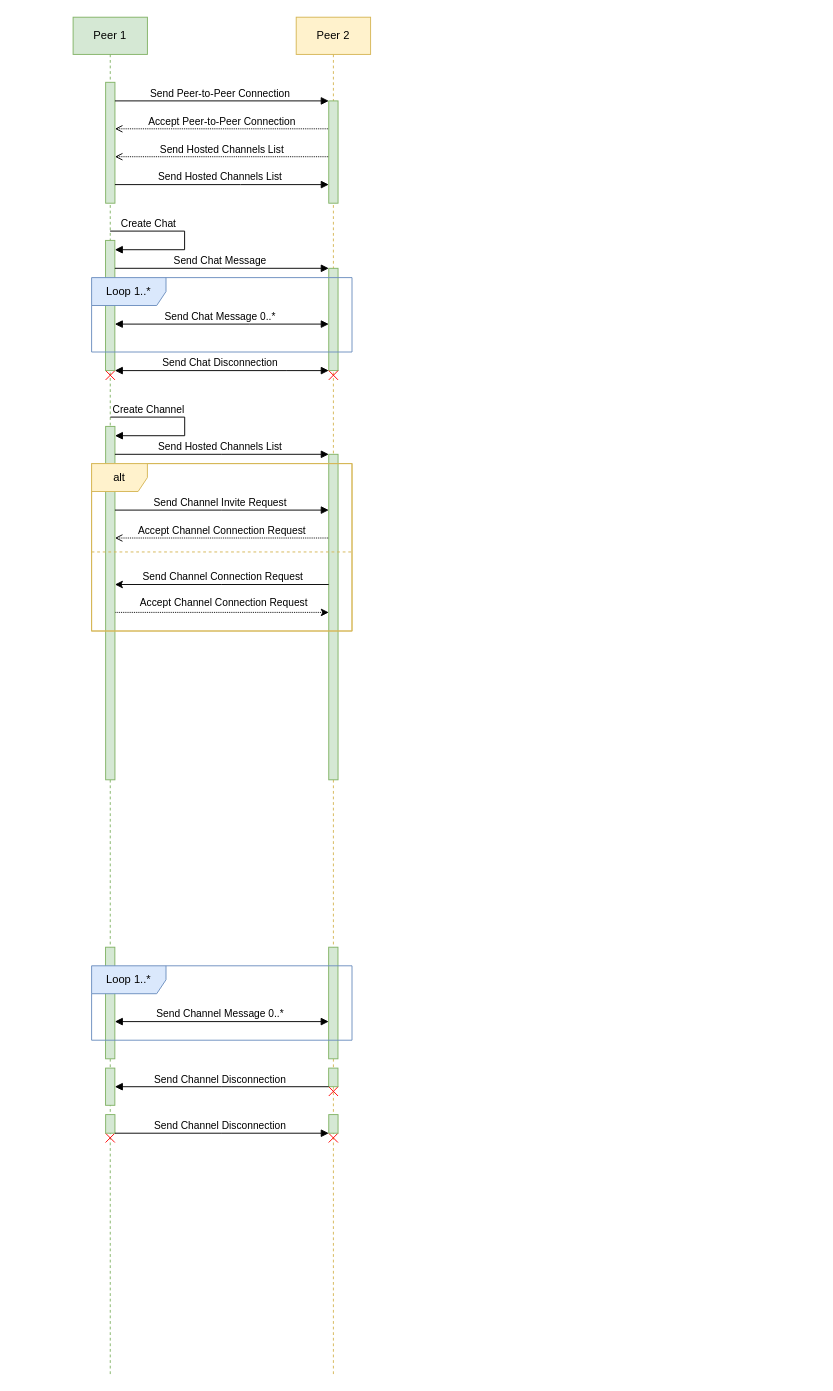
Above: Project3/Network Sequence Diagram - Peer-to-Peer.drawio in PatrickMcDougle/CSE681 (draw.io), before the change. Source tidied: cells renumbered, new cells numbered last; positions are measured from the earlier drawing's top-left corner, leaving out a move shared by most shapes. Both pictures are drawn from the tidied source at 93%, with x=0, y=0 at pixel (73, 17).
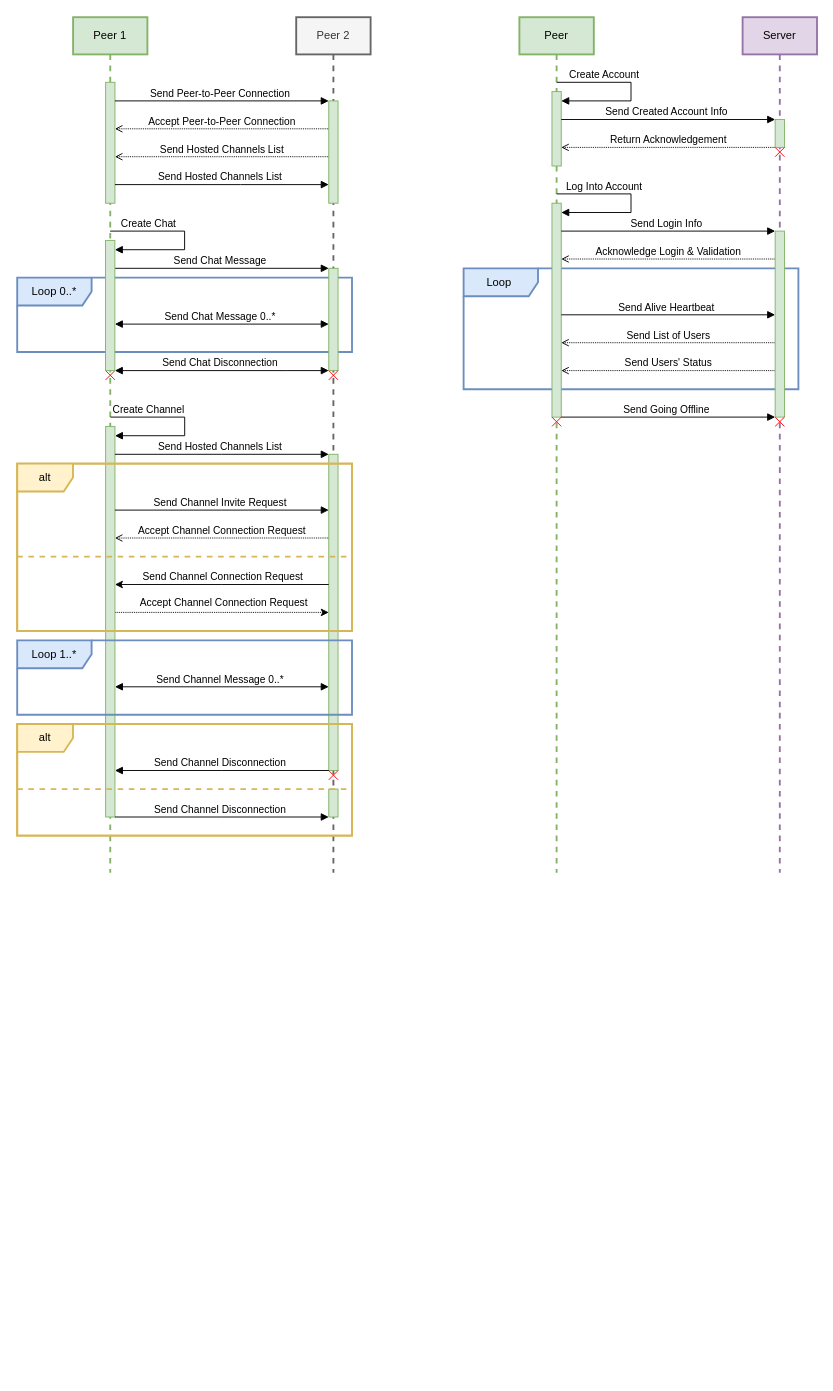
After the change.

The change refers to these unchanged cells:
```xml
<mxCell id="5" style="html=1;points=[];perimeter=orthogonalPerimeter;fillColor=#d5e8d4;strokeColor=#82b366;" parent="4" vertex="1">
  <mxGeometry x="35" y="70" width="10" height="130" as="geometry" />
</mxCell>
<mxCell id="12" style="html=1;points=[];perimeter=orthogonalPerimeter;fillColor=#d5e8d4;strokeColor=#82b366;" parent="10" vertex="1">
  <mxGeometry x="35" y="90" width="10" height="110" as="geometry" />
</mxCell>
```

Diff of the diagram source:
```diff
@@
-    <mxCell id="2" style="endArrow=none;html=1;rounded=0;startArrow=open;startFill=0;dashed=1;dashPattern=1 1;" parent="1" edge="1" source="5" target="12">
-      <mxGeometry relative="1" as="geometry">
-        <Array as="points">
-          <mxPoint x="180" y="120" />
-        </Array>
-      </mxGeometry>
-    </mxCell>
-    <mxCell id="3" value="Accept Peer-to-Peer Connection" style="edgeLabel;html=1;align=center;verticalAlign=bottom;labelPosition=center;verticalLabelPosition=top;labelBackgroundColor=none;" parent="2" vertex="1">
-      <mxGeometry x="-0.05" y="-1" relative="1" as="geometry">
-        <mxPoint x="5" y="-1" as="offset" />
-      </mxGeometry>
-    </mxCell>
+    <mxCell id="60" value="Loop&amp;nbsp;" style="shape=umlFrame;whiteSpace=wrap;html=1;labelBackgroundColor=none;width=80;height=30;fillColor=#dae8fc;strokeColor=#6c8ebf;strokeWidth=2;" parent="1" vertex="1">
+      <mxGeometry x="420" y="270" width="360" height="130" as="geometry" />
+    </mxCell>
-    <mxCell id="4" value="Peer 1" style="shape=umlLifeline;perimeter=lifelinePerimeter;whiteSpace=wrap;html=1;fillColor=#d5e8d4;strokeColor=#82b366;" parent="1" vertex="1">
-      <mxGeometry x="0.1" width="79.9" height="1460" as="geometry" />
+    <mxCell id="4" value="Peer 1" style="shape=umlLifeline;perimeter=lifelinePerimeter;whiteSpace=wrap;html=1;fillColor=#d5e8d4;strokeColor=#82b366;strokeWidth=2;" parent="1" vertex="1">
+      <mxGeometry x="0.1" width="79.9" height="920" as="geometry" />
     </mxCell>
@@
     <mxCell id="6" style="html=1;points=[];perimeter=orthogonalPerimeter;labelBackgroundColor=none;fillColor=#d5e8d4;strokeColor=#82b366;" parent="4" vertex="1">
-      <mxGeometry x="35" y="440" width="10" height="380" as="geometry" />
+      <mxGeometry x="35" y="440" width="10" height="420" as="geometry" />
     </mxCell>
@@
-    <mxCell id="10" value="Peer 2" style="shape=umlLifeline;perimeter=lifelinePerimeter;whiteSpace=wrap;html=1;fillColor=#fff2cc;strokeColor=#d6b656;" parent="1" vertex="1">
-      <mxGeometry x="240" width="80" height="1460" as="geometry" />
+    <mxCell id="10" value="Peer 2" style="shape=umlLifeline;perimeter=lifelinePerimeter;whiteSpace=wrap;html=1;fillColor=#f5f5f5;strokeColor=#666666;strokeWidth=2;fontColor=#333333;" parent="1" vertex="1">
+      <mxGeometry x="240" width="80" height="920" as="geometry" />
     </mxCell>
+    <mxCell id="23" value="Loop 0..*" style="shape=umlFrame;whiteSpace=wrap;html=1;labelBackgroundColor=none;width=80;height=30;fillColor=#dae8fc;strokeColor=#6c8ebf;strokeWidth=2;" parent="10" vertex="1">
+      <mxGeometry x="-300" y="280" width="360" height="80" as="geometry" />
+    </mxCell>
     <mxCell id="11" style="html=1;points=[];perimeter=orthogonalPerimeter;labelBackgroundColor=none;fillColor=#d5e8d4;strokeColor=#82b366;" parent="10" vertex="1">
-      <mxGeometry x="35" y="470" width="10" height="350" as="geometry" />
+      <mxGeometry x="35" y="470" width="10" height="340" as="geometry" />
     </mxCell>
@@
-    <mxCell id="13" style="html=1;points=[];perimeter=orthogonalPerimeter;fillColor=#d5e8d4;strokeColor=#82b366;" parent="10" vertex="1">
-      <mxGeometry x="-205" y="240" width="10" height="140" as="geometry" />
-    </mxCell>
@@
-    <mxCell id="23" value="Loop 1..*" style="shape=umlFrame;whiteSpace=wrap;html=1;labelBackgroundColor=none;width=80;height=30;fillColor=#dae8fc;strokeColor=#6c8ebf;" parent="10" vertex="1">
-      <mxGeometry x="-220" y="280" width="280" height="80" as="geometry" />
-    </mxCell>
@@
-    <mxCell id="25" style="shape=umlDestroy;labelBackgroundColor=none;html=1;fillColor=#FF0000;strokeColor=#FF0000;fontColor=#ffffff;" parent="10" vertex="1">
-      <mxGeometry x="-205" y="1200" width="10" height="10" as="geometry" />
-    </mxCell>
+    <mxCell id="13" style="html=1;points=[];perimeter=orthogonalPerimeter;fillColor=#d5e8d4;strokeColor=#82b366;" parent="10" vertex="1">
+      <mxGeometry x="-205" y="240" width="10" height="140" as="geometry" />
+    </mxCell>
     <mxCell id="26" style="shape=umlDestroy;labelBackgroundColor=none;html=1;fillColor=#FF0000;strokeColor=#FF0000;fontColor=#ffffff;" parent="10" vertex="1">
-      <mxGeometry x="35" y="1150" width="10" height="10" as="geometry" />
+      <mxGeometry x="35" y="810" width="10" height="10" as="geometry" />
     </mxCell>
-    <mxCell id="27" style="shape=umlDestroy;labelBackgroundColor=none;html=1;fillColor=#FF0000;strokeColor=#FF0000;fontColor=#ffffff;" parent="10" vertex="1">
-      <mxGeometry x="34.9" y="1200" width="10" height="10" as="geometry" />
-    </mxCell>
-    <mxCell id="28" style="html=1;points=[];perimeter=orthogonalPerimeter;labelBackgroundColor=none;fillColor=#d5e8d4;strokeColor=#82b366;" parent="10" vertex="1">
-      <mxGeometry x="-205" y="1000" width="10" height="120" as="geometry" />
-    </mxCell>
-    <mxCell id="29" style="endArrow=block;html=1;rounded=0;endFill=1;startArrow=block;startFill=1;" parent="10" edge="1" source="28" target="31">
-      <mxGeometry relative="1" as="geometry">
-        <Array as="points">
-          <mxPoint x="-40" y="1080" />
-        </Array>
-      </mxGeometry>
-    </mxCell>
-    <mxCell id="30" value="Send Channel Message 0..*" style="edgeLabel;align=center;verticalAlign=bottom;labelPosition=center;verticalLabelPosition=top;html=1;labelBackgroundColor=none;" parent="29" vertex="1">
-      <mxGeometry x="-0.26" relative="1" as="geometry">
-        <mxPoint x="27" as="offset" />
-      </mxGeometry>
-    </mxCell>
-    <mxCell id="31" style="html=1;points=[];perimeter=orthogonalPerimeter;labelBackgroundColor=none;fillColor=#d5e8d4;strokeColor=#82b366;" parent="10" vertex="1">
-      <mxGeometry x="34.9" y="1000" width="10" height="120" as="geometry" />
-    </mxCell>
-    <mxCell id="32" value="Loop 1..*" style="shape=umlFrame;whiteSpace=wrap;html=1;labelBackgroundColor=none;width=80;height=30;fillColor=#dae8fc;strokeColor=#6c8ebf;" parent="10" vertex="1">
-      <mxGeometry x="-220" y="1020" width="280" height="80" as="geometry" />
-    </mxCell>
-    <mxCell id="33" style="html=1;points=[];perimeter=orthogonalPerimeter;labelBackgroundColor=none;fillColor=#d5e8d4;strokeColor=#82b366;" parent="10" vertex="1">
-      <mxGeometry x="-205" y="1130" width="10" height="40" as="geometry" />
-    </mxCell>
-    <mxCell id="34" style="html=1;points=[];perimeter=orthogonalPerimeter;labelBackgroundColor=none;fillColor=#d5e8d4;strokeColor=#82b366;" parent="10" vertex="1">
-      <mxGeometry x="34.9" y="1130" width="10" height="20" as="geometry" />
-    </mxCell>
-    <mxCell id="35" style="endArrow=none;html=1;rounded=0;endFill=0;startArrow=block;startFill=1;" parent="10" edge="1" source="33" target="34">
-      <mxGeometry relative="1" as="geometry">
-        <Array as="points">
-          <mxPoint x="-80" y="1150" />
-        </Array>
-      </mxGeometry>
-    </mxCell>
-    <mxCell id="36" value="Send Channel Disconnection" style="edgeLabel;align=center;verticalAlign=bottom;labelPosition=center;verticalLabelPosition=top;html=1;labelBackgroundColor=none;" parent="35" vertex="1">
-      <mxGeometry x="-0.26" relative="1" as="geometry">
-        <mxPoint x="27" as="offset" />
-      </mxGeometry>
-    </mxCell>
-    <mxCell id="37" style="html=1;points=[];perimeter=orthogonalPerimeter;labelBackgroundColor=none;fillColor=#d5e8d4;strokeColor=#82b366;" parent="10" vertex="1">
-      <mxGeometry x="-204.9" y="1180" width="10" height="20" as="geometry" />
-    </mxCell>
     <mxCell id="38" style="html=1;points=[];perimeter=orthogonalPerimeter;labelBackgroundColor=none;fillColor=#d5e8d4;strokeColor=#82b366;" parent="10" vertex="1">
-      <mxGeometry x="35" y="1180" width="10" height="20" as="geometry" />
+      <mxGeometry x="35" y="830" width="10" height="30" as="geometry" />
     </mxCell>
-    <mxCell id="39" style="endArrow=block;html=1;rounded=0;endFill=1;startArrow=none;startFill=0;" parent="10" edge="1" source="37" target="38">
-      <mxGeometry relative="1" as="geometry">
-        <Array as="points">
-          <mxPoint x="-79.9" y="1200" />
-        </Array>
-      </mxGeometry>
-    </mxCell>
-    <mxCell id="40" value="Send Channel Disconnection" style="edgeLabel;align=center;verticalAlign=bottom;labelPosition=center;verticalLabelPosition=top;html=1;labelBackgroundColor=none;" parent="39" vertex="1">
-      <mxGeometry x="-0.26" relative="1" as="geometry">
-        <mxPoint x="27" as="offset" />
-      </mxGeometry>
-    </mxCell>
+    <mxCell id="2" style="endArrow=none;html=1;rounded=0;startArrow=open;startFill=0;dashed=1;dashPattern=1 1;" parent="1" edge="1" source="5" target="12">
+      <mxGeometry relative="1" as="geometry">
+        <Array as="points">
+          <mxPoint x="180" y="120" />
+        </Array>
+      </mxGeometry>
+    </mxCell>
+    <mxCell id="3" value="Accept Peer-to-Peer Connection" style="edgeLabel;html=1;align=center;verticalAlign=bottom;labelPosition=center;verticalLabelPosition=top;labelBackgroundColor=none;" parent="2" vertex="1">
+      <mxGeometry x="-0.05" y="-1" relative="1" as="geometry">
+        <mxPoint x="5" y="-1" as="offset" />
+      </mxGeometry>
+    </mxCell>
@@
-    <mxCell id="57" style="group;fillColor=none;strokeColor=#d6b656;" parent="1" vertex="1">
-      <mxGeometry x="20" y="480" width="280" height="180" as="geometry" />
+    <mxCell id="57" style="group;fillColor=none;strokeColor=#d6b656;strokeWidth=2;" parent="1" vertex="1">
+      <mxGeometry x="-60" y="480" width="360" height="180" as="geometry" />
     </mxCell>
-    <mxCell id="58" style="line;strokeWidth=1;fillColor=#fff2cc;align=left;verticalAlign=middle;spacingTop=-1;spacingLeft=3;spacingRight=3;labelPosition=right;labelBackgroundColor=none;html=1;dashed=1;strokeColor=#d6b656;" parent="57" vertex="1">
-      <mxGeometry y="90" width="280" height="10" as="geometry" />
+    <mxCell id="58" style="line;strokeWidth=2;fillColor=#fff2cc;align=left;verticalAlign=middle;spacingTop=-1;spacingLeft=3;spacingRight=3;labelPosition=right;labelBackgroundColor=none;html=1;dashed=1;strokeColor=#d6b656;" parent="57" vertex="1">
+      <mxGeometry y="90" width="360" height="20" as="geometry" />
     </mxCell>
-    <mxCell id="59" value="alt" style="shape=umlFrame;whiteSpace=wrap;html=1;labelBackgroundColor=none;strokeColor=#d6b656;fillColor=#fff2cc;" parent="57" vertex="1">
-      <mxGeometry width="280" height="180" as="geometry" />
+    <mxCell id="59" value="alt" style="shape=umlFrame;whiteSpace=wrap;html=1;labelBackgroundColor=none;strokeColor=#d6b656;fillColor=#fff2cc;strokeWidth=2;" parent="57" vertex="1">
+      <mxGeometry width="360" height="180" as="geometry" />
     </mxCell>
+    <mxCell id="32" value="Loop 1..*" style="shape=umlFrame;whiteSpace=wrap;html=1;labelBackgroundColor=none;width=80;height=30;fillColor=#dae8fc;strokeColor=#6c8ebf;strokeWidth=2;" parent="1" vertex="1">
+      <mxGeometry x="-60" y="670" width="360" height="80" as="geometry" />
+    </mxCell>
+    <mxCell id="29" style="endArrow=block;html=1;rounded=0;endFill=1;startArrow=block;startFill=1;" parent="1" edge="1" source="6" target="11">
+      <mxGeometry relative="1" as="geometry">
+        <Array as="points">
+          <mxPoint x="190" y="720" />
+        </Array>
+      </mxGeometry>
+    </mxCell>
+    <mxCell id="30" value="Send Channel Message 0..*" style="edgeLabel;align=center;verticalAlign=bottom;labelPosition=center;verticalLabelPosition=top;html=1;labelBackgroundColor=none;" parent="29" vertex="1">
+      <mxGeometry x="-0.26" relative="1" as="geometry">
+        <mxPoint x="27" as="offset" />
+      </mxGeometry>
+    </mxCell>
+    <mxCell id="35" style="endArrow=none;html=1;rounded=0;endFill=0;startArrow=block;startFill=1;" parent="1" edge="1" source="6" target="11">
+      <mxGeometry relative="1" as="geometry">
+        <Array as="points">
+          <mxPoint x="160" y="810" />
+        </Array>
+      </mxGeometry>
+    </mxCell>
+    <mxCell id="36" value="Send Channel Disconnection" style="edgeLabel;align=center;verticalAlign=bottom;labelPosition=center;verticalLabelPosition=top;html=1;labelBackgroundColor=none;" parent="35" vertex="1">
+      <mxGeometry x="-0.26" relative="1" as="geometry">
+        <mxPoint x="27" as="offset" />
+      </mxGeometry>
+    </mxCell>
+    <mxCell id="39" style="endArrow=block;html=1;rounded=0;endFill=1;startArrow=none;startFill=0;" parent="1" edge="1" source="6" target="38">
+      <mxGeometry relative="1" as="geometry">
+        <Array as="points">
+          <mxPoint x="160" y="860" />
+        </Array>
+      </mxGeometry>
+    </mxCell>
+    <mxCell id="40" value="Send Channel Disconnection" style="edgeLabel;align=center;verticalAlign=bottom;labelPosition=center;verticalLabelPosition=top;html=1;labelBackgroundColor=none;" parent="39" vertex="1">
+      <mxGeometry x="-0.26" relative="1" as="geometry">
+        <mxPoint x="27" as="offset" />
+      </mxGeometry>
+    </mxCell>
+    <mxCell id="61" style="group;fillColor=none;strokeColor=#d6b656;strokeWidth=2;" parent="1" vertex="1">
+      <mxGeometry x="-60" y="760" width="360" height="120" as="geometry" />
+    </mxCell>
+    <mxCell id="62" style="line;strokeWidth=2;fillColor=#fff2cc;align=left;verticalAlign=middle;spacingTop=-1;spacingLeft=3;spacingRight=3;labelPosition=right;labelBackgroundColor=none;html=1;dashed=1;strokeColor=#d6b656;" parent="61" vertex="1">
+      <mxGeometry y="60" width="360" height="20" as="geometry" />
+    </mxCell>
+    <mxCell id="63" value="alt" style="shape=umlFrame;whiteSpace=wrap;html=1;labelBackgroundColor=none;strokeColor=#d6b656;fillColor=#fff2cc;strokeWidth=2;" parent="61" vertex="1">
+      <mxGeometry width="360" height="120" as="geometry" />
+    </mxCell>
+    <mxCell id="64" value="Peer" style="shape=umlLifeline;perimeter=lifelinePerimeter;whiteSpace=wrap;html=1;outlineConnect=0;labelBackgroundColor=none;strokeColor=#82b366;strokeWidth=2;fillColor=#d5e8d4;" parent="1" vertex="1">
+      <mxGeometry x="480" width="80" height="920" as="geometry" />
+    </mxCell>
+    <mxCell id="65" style="html=1;points=[];perimeter=orthogonalPerimeter;labelBackgroundColor=none;strokeColor=#82b366;strokeWidth=1;fillColor=#d5e8d4;" parent="64" vertex="1">
+      <mxGeometry x="35" y="80" width="10" height="80" as="geometry" />
+    </mxCell>
+    <mxCell id="66" style="endArrow=block;html=1;rounded=0;endFill=1;edgeStyle=orthogonalEdgeStyle;" parent="64" edge="1" source="64" target="65">
+      <mxGeometry relative="1" as="geometry">
+        <Array as="points">
+          <mxPoint x="120" y="70" />
+          <mxPoint x="120" y="90" />
+        </Array>
+      </mxGeometry>
+    </mxCell>
+    <mxCell id="67" value="Create Account" style="edgeLabel;align=center;verticalAlign=bottom;labelPosition=center;verticalLabelPosition=top;html=1;labelBackgroundColor=none;" parent="66" vertex="1">
+      <mxGeometry x="-0.26" relative="1" as="geometry">
+        <mxPoint x="-15" as="offset" />
+      </mxGeometry>
+    </mxCell>
+    <mxCell id="68" style="html=1;points=[];perimeter=orthogonalPerimeter;labelBackgroundColor=none;strokeColor=#82b366;strokeWidth=1;fillColor=#d5e8d4;" parent="64" vertex="1">
+      <mxGeometry x="35" y="200" width="10" height="230" as="geometry" />
+    </mxCell>
+    <mxCell id="69" style="endArrow=block;html=1;rounded=0;endFill=1;edgeStyle=orthogonalEdgeStyle;" parent="64" edge="1" source="64" target="68">
+      <mxGeometry relative="1" as="geometry">
+        <Array as="points">
+          <mxPoint x="120" y="190" />
+          <mxPoint x="120" y="210" />
+        </Array>
+      </mxGeometry>
+    </mxCell>
+    <mxCell id="70" value="Log Into Account" style="edgeLabel;align=center;verticalAlign=bottom;labelPosition=center;verticalLabelPosition=top;html=1;labelBackgroundColor=none;" parent="69" vertex="1">
+      <mxGeometry x="-0.26" relative="1" as="geometry">
+        <mxPoint x="-15" as="offset" />
+      </mxGeometry>
+    </mxCell>
+    <mxCell id="71" style="shape=umlDestroy;labelBackgroundColor=none;html=1;fillColor=#FF0000;strokeColor=#FF0000;fontColor=#ffffff;" parent="64" vertex="1">
+      <mxGeometry x="35" y="430" width="10" height="10" as="geometry" />
+    </mxCell>
+    <mxCell id="72" value="Server" style="shape=umlLifeline;perimeter=lifelinePerimeter;whiteSpace=wrap;html=1;labelBackgroundColor=none;strokeColor=#9673a6;strokeWidth=2;fillColor=#e1d5e7;" parent="1" vertex="1">
+      <mxGeometry x="720" width="80" height="920" as="geometry" />
+    </mxCell>
+    <mxCell id="73" style="html=1;points=[];perimeter=orthogonalPerimeter;labelBackgroundColor=none;strokeColor=#82b366;strokeWidth=1;fillColor=#d5e8d4;" parent="72" vertex="1">
+      <mxGeometry x="35" y="110" width="10" height="30" as="geometry" />
+    </mxCell>
+    <mxCell id="74" style="html=1;points=[];perimeter=orthogonalPerimeter;labelBackgroundColor=none;strokeColor=#82b366;strokeWidth=1;fillColor=#d5e8d4;" parent="72" vertex="1">
+      <mxGeometry x="35" y="230" width="10" height="200" as="geometry" />
+    </mxCell>
+    <mxCell id="75" style="shape=umlDestroy;labelBackgroundColor=none;html=1;fillColor=#FF0000;strokeColor=#FF0000;fontColor=#ffffff;" parent="72" vertex="1">
+      <mxGeometry x="35" y="430" width="10" height="10" as="geometry" />
+    </mxCell>
+    <mxCell id="76" style="shape=umlDestroy;labelBackgroundColor=none;html=1;fillColor=#FF0000;strokeColor=#FF0000;fontColor=#ffffff;" parent="72" vertex="1">
+      <mxGeometry x="35" y="140" width="10" height="10" as="geometry" />
+    </mxCell>
+    <mxCell id="77" style="endArrow=block;html=1;rounded=0;endFill=1;" parent="1" edge="1" source="65" target="73">
+      <mxGeometry relative="1" as="geometry">
+        <Array as="points">
+          <mxPoint x="640" y="110" />
+        </Array>
+      </mxGeometry>
+    </mxCell>
+    <mxCell id="78" value="Send Created Account Info" style="edgeLabel;align=center;verticalAlign=bottom;labelPosition=center;verticalLabelPosition=top;html=1;labelBackgroundColor=none;" parent="77" vertex="1">
+      <mxGeometry x="-0.26" relative="1" as="geometry">
+        <mxPoint x="27" as="offset" />
+      </mxGeometry>
+    </mxCell>
+    <mxCell id="79" style="endArrow=none;html=1;rounded=0;startArrow=open;startFill=0;dashed=1;dashPattern=1 1;" parent="1" edge="1" source="65" target="73">
+      <mxGeometry relative="1" as="geometry">
+        <Array as="points">
+          <mxPoint x="640" y="140" />
+        </Array>
+      </mxGeometry>
+    </mxCell>
+    <mxCell id="80" value="Return Acknowledgement" style="edgeLabel;html=1;align=center;verticalAlign=bottom;labelPosition=center;verticalLabelPosition=top;labelBackgroundColor=none;" parent="79" vertex="1">
+      <mxGeometry x="-0.05" y="-1" relative="1" as="geometry">
+        <mxPoint x="5" y="-1" as="offset" />
+      </mxGeometry>
+    </mxCell>
+    <mxCell id="81" style="endArrow=block;html=1;rounded=0;endFill=1;" parent="1" edge="1" source="68" target="74">
+      <mxGeometry relative="1" as="geometry">
+        <Array as="points">
+          <mxPoint x="645" y="230" />
+        </Array>
+      </mxGeometry>
+    </mxCell>
+    <mxCell id="82" value="Send Login Info" style="edgeLabel;align=center;verticalAlign=bottom;labelPosition=center;verticalLabelPosition=top;html=1;labelBackgroundColor=none;" parent="81" vertex="1">
+      <mxGeometry x="-0.26" relative="1" as="geometry">
+        <mxPoint x="27" as="offset" />
+      </mxGeometry>
+    </mxCell>
+    <mxCell id="83" style="endArrow=none;html=1;rounded=0;startArrow=open;startFill=0;dashed=1;dashPattern=1 1;" parent="1" edge="1" source="68" target="74">
+      <mxGeometry relative="1" as="geometry">
+        <Array as="points">
+          <mxPoint x="650" y="260" />
+        </Array>
+      </mxGeometry>
+    </mxCell>
+    <mxCell id="84" value="Acknowledge Login &amp;amp; Validation" style="edgeLabel;html=1;align=center;verticalAlign=bottom;labelPosition=center;verticalLabelPosition=top;labelBackgroundColor=none;" parent="83" vertex="1">
+      <mxGeometry x="-0.05" y="-1" relative="1" as="geometry">
+        <mxPoint x="5" y="-1" as="offset" />
+      </mxGeometry>
+    </mxCell>
+    <mxCell id="85" style="endArrow=none;html=1;rounded=0;startArrow=open;startFill=0;dashed=1;dashPattern=1 1;" parent="1" edge="1" source="68" target="74">
+      <mxGeometry relative="1" as="geometry">
+        <Array as="points">
+          <mxPoint x="640" y="350" />
+        </Array>
+      </mxGeometry>
+    </mxCell>
+    <mxCell id="86" value="Send List of Users" style="edgeLabel;html=1;align=center;verticalAlign=bottom;labelPosition=center;verticalLabelPosition=top;labelBackgroundColor=none;" parent="85" vertex="1">
+      <mxGeometry x="-0.05" y="-1" relative="1" as="geometry">
+        <mxPoint x="5" y="-1" as="offset" />
+      </mxGeometry>
+    </mxCell>
+    <mxCell id="87" style="endArrow=block;html=1;rounded=0;endFill=1;" parent="1" edge="1" source="68" target="74">
+      <mxGeometry relative="1" as="geometry">
+        <Array as="points">
+          <mxPoint x="640" y="320" />
+        </Array>
+      </mxGeometry>
+    </mxCell>
+    <mxCell id="88" value="Send Alive Heartbeat" style="edgeLabel;align=center;verticalAlign=bottom;labelPosition=center;verticalLabelPosition=top;html=1;labelBackgroundColor=none;" parent="87" vertex="1">
+      <mxGeometry x="-0.26" relative="1" as="geometry">
+        <mxPoint x="27" as="offset" />
+      </mxGeometry>
+    </mxCell>
+    <mxCell id="89" style="endArrow=none;html=1;rounded=0;startArrow=open;startFill=0;dashed=1;dashPattern=1 1;" parent="1" edge="1" source="68" target="74">
+      <mxGeometry relative="1" as="geometry">
+        <Array as="points">
+          <mxPoint x="640" y="380" />
+        </Array>
+      </mxGeometry>
+    </mxCell>
+    <mxCell id="90" value="Send Users' Status" style="edgeLabel;html=1;align=center;verticalAlign=bottom;labelPosition=center;verticalLabelPosition=top;labelBackgroundColor=none;" parent="89" vertex="1">
+      <mxGeometry x="-0.05" y="-1" relative="1" as="geometry">
+        <mxPoint x="5" y="-1" as="offset" />
+      </mxGeometry>
+    </mxCell>
+    <mxCell id="91" style="endArrow=block;html=1;rounded=0;endFill=1;" parent="1" edge="1" source="68" target="74">
+      <mxGeometry relative="1" as="geometry">
+        <Array as="points">
+          <mxPoint x="640" y="430" />
+        </Array>
+      </mxGeometry>
+    </mxCell>
+    <mxCell id="92" value="Send Going Offline" style="edgeLabel;align=center;verticalAlign=bottom;labelPosition=center;verticalLabelPosition=top;html=1;labelBackgroundColor=none;" parent="91" vertex="1">
+      <mxGeometry x="-0.26" relative="1" as="geometry">
+        <mxPoint x="27" as="offset" />
+      </mxGeometry>
+    </mxCell>
```
